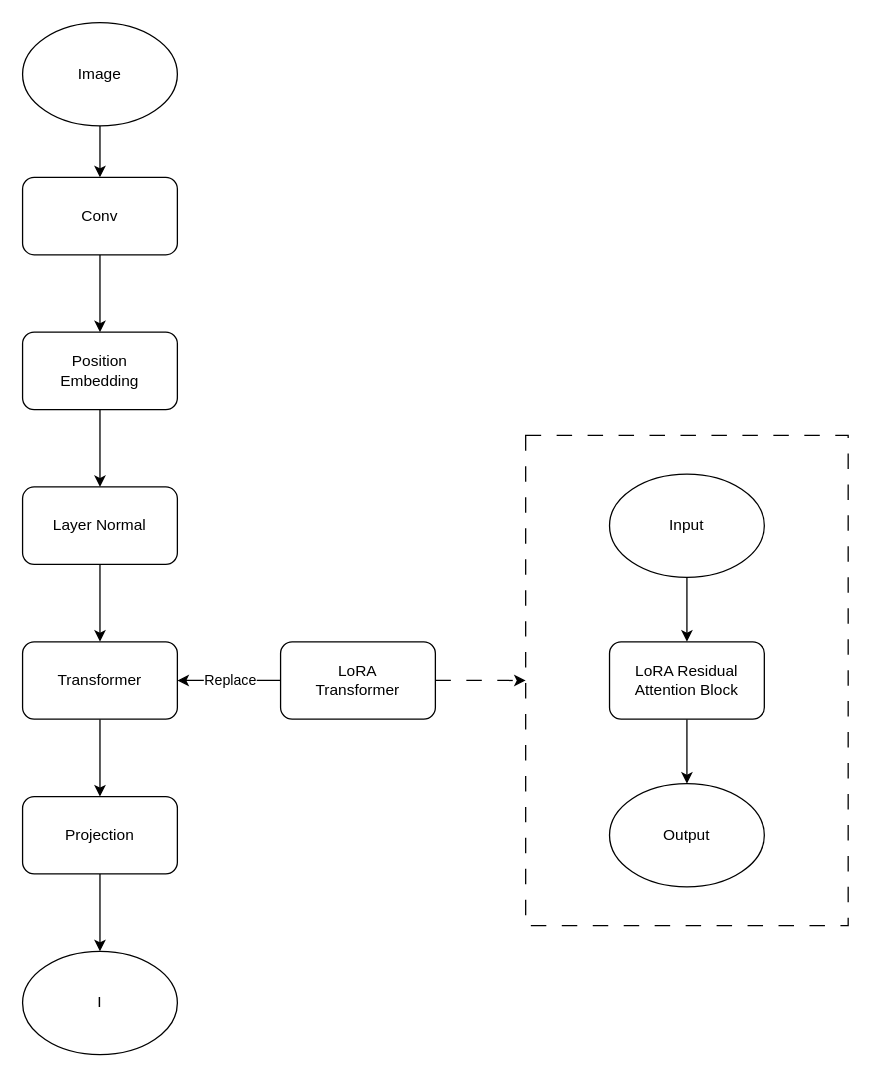
The draw.io diagram assert/未命名绘图.drawio in Bgzdl/CLIP, before the edit. Source tidied: cells renumbered, new cells numbered last; positions are measured from the earlier drawing's top-left corner, leaving out a move shared by most shapes. Both pictures are drawn from the tidied source at 129%, with x=0, y=0 at pixel (22, 22).
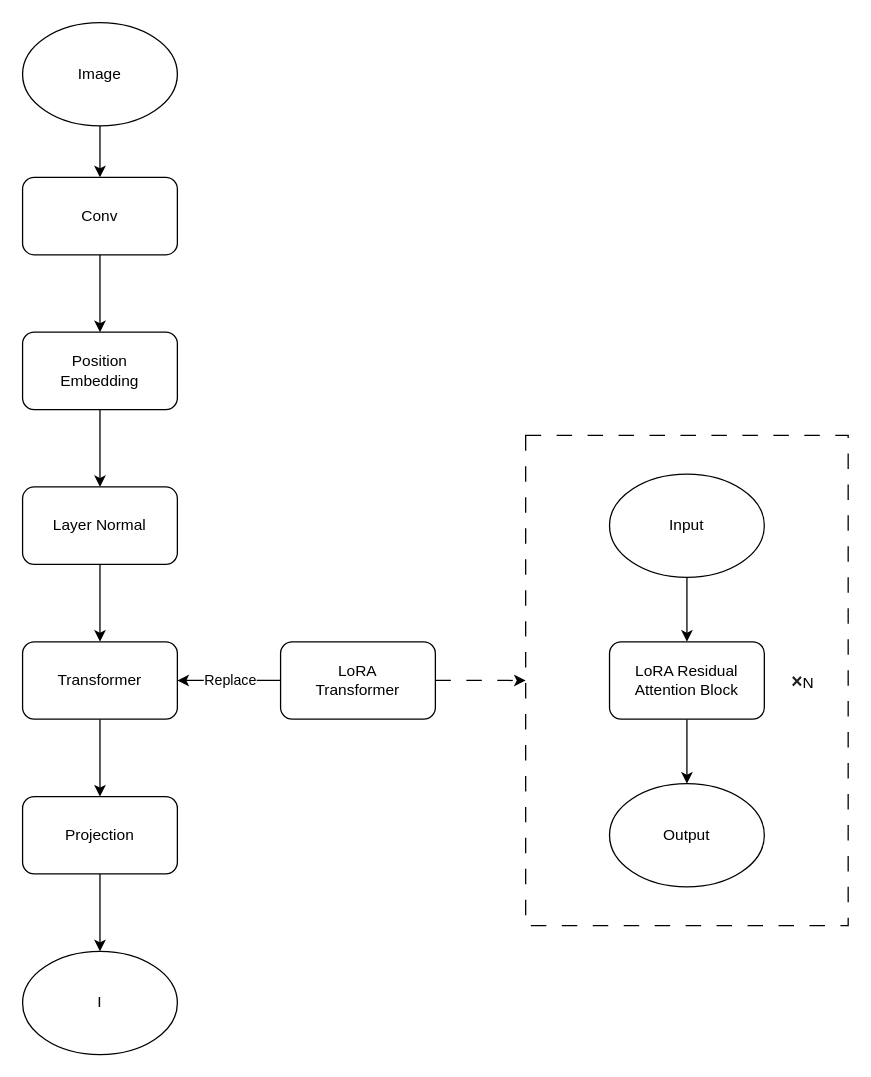
The same diagram, later.

What changed in the source:
```diff
@@
+    <mxCell id="25" value="&lt;b style=&quot;color: rgb(32, 33, 34); font-family: sans-serif; font-size: 15.008px; text-align: start; background-color: rgb(255, 255, 255);&quot;&gt;×&lt;/b&gt;N" style="text;html=1;strokeColor=none;fillColor=none;align=center;verticalAlign=middle;whiteSpace=wrap;rounded=0;" parent="1" vertex="1">
+      <mxGeometry x="575" y="495" width="60" height="30" as="geometry" />
+    </mxCell>
```
